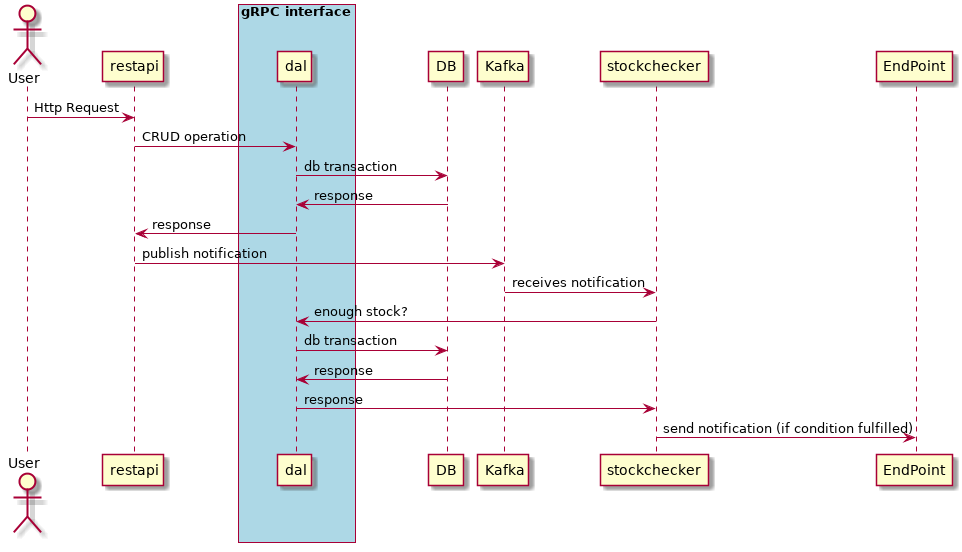
Earlier version of the PlantUML export uml/sequence-v01.png (alb3rtobr/tfm_swcraftsmanship).
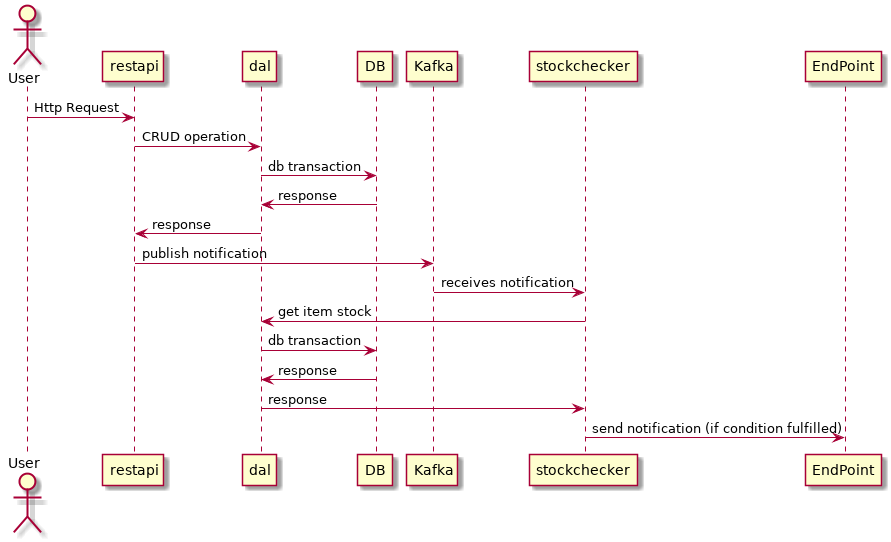
After the change.

Change to the diagram source:
```diff
@@ -1,10 +1,5 @@
 @startuml
 Actor User
-
-participant restapi
-box "gRPC interface" #LightBlue
-	participant dal
-end box
 
 User -> restapi: Http Request
 restapi -> dal : CRUD operation
@@ -13,7 +8,7 @@
 dal -> restapi : response
 restapi -> Kafka : publish notification
 Kafka -> stockchecker : receives notification
-stockchecker -> dal : enough stock?
+stockchecker -> dal : get item stock
 dal -> DB : db transaction
 DB -> dal : response
 dal -> stockchecker : response
```
